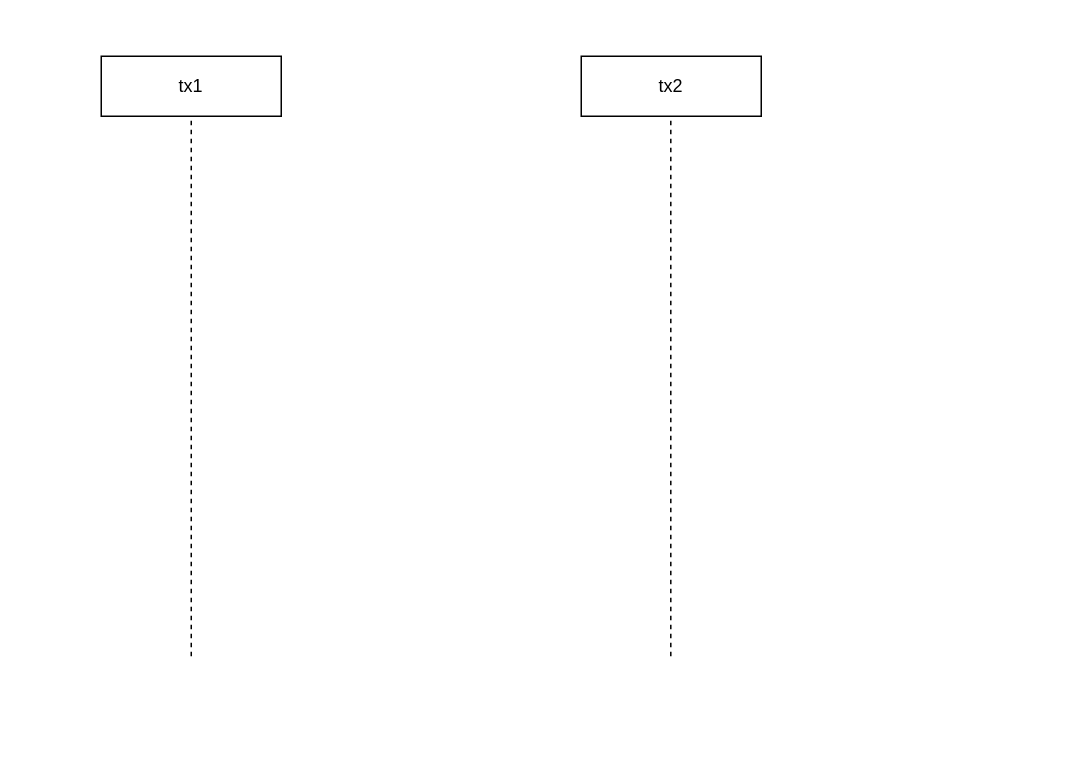
Earlier version of the draw.io diagram page "第 1 页" (1 of 2) of 分布式事务.drawio (EngineKing/draw). Source tidied: cells renumbered, new cells numbered last; positions are measured from the earlier drawing's top-left corner, leaving out a move shared by most shapes. Both pictures are drawn from the tidied source at 150%, with x=0, y=0 at pixel (100, 56).
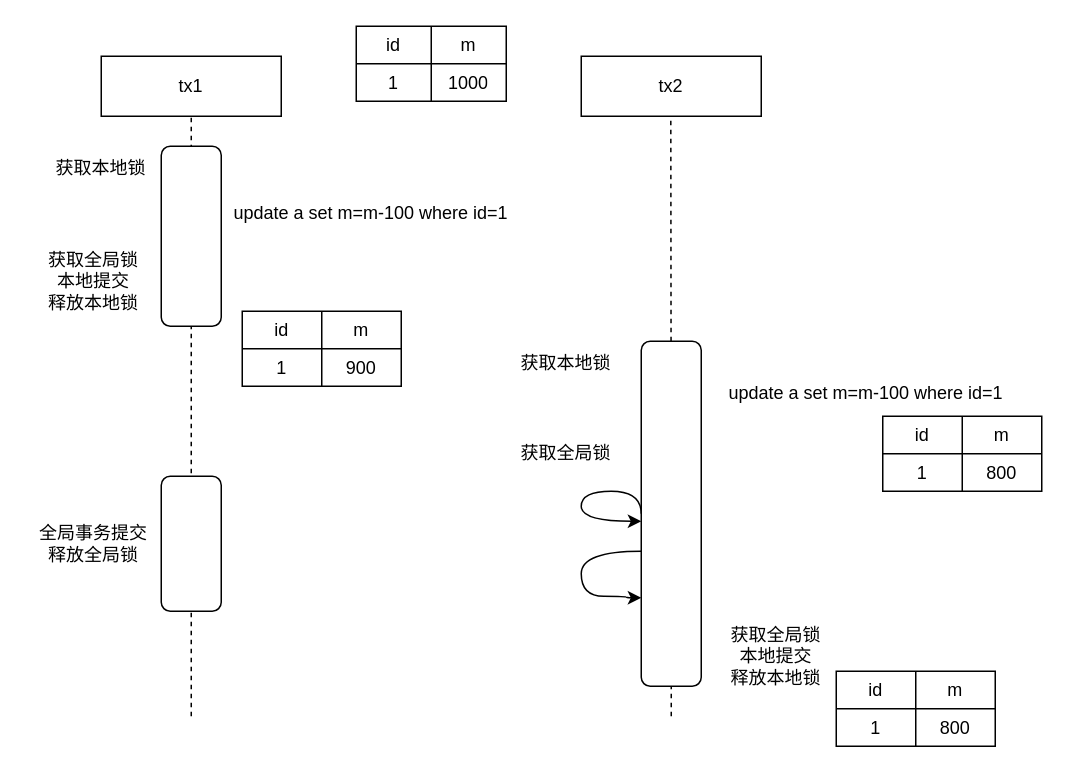
The same diagram, later.

Commit message (it also covers changes not shown here):
更新分布式事务.drawio

Diff of the diagram source:
```diff
@@
     <mxCell id="4" style="endArrow=none;dashed=1;html=1;rounded=0;" parent="1" edge="1">
       <mxGeometry relative="1" as="geometry">
-        <mxPoint x="60" y="400" as="sourcePoint" />
+        <mxPoint x="60" y="440" as="sourcePoint" />
         <mxPoint x="60" y="40" as="targetPoint" />
       </mxGeometry>
     </mxCell>
-    <mxCell id="5" style="endArrow=none;dashed=1;html=1;rounded=0;" parent="1" edge="1">
+    <mxCell id="5" style="endArrow=none;dashed=1;html=1;rounded=0;" parent="1" edge="1" source="18">
       <mxGeometry relative="1" as="geometry">
-        <mxPoint x="379.7" y="400" as="sourcePoint" />
         <mxPoint x="379.7" y="40" as="targetPoint" />
       </mxGeometry>
     </mxCell>
+    <mxCell id="6" style="shape=table;startSize=0;childLayout=tableLayout;" parent="1" vertex="1">
+      <mxGeometry x="170" y="-20" width="100" height="50" as="geometry" />
+    </mxCell>
+    <mxCell id="7" style="shape=tableRow;horizontal=0;startSize=0;swimlaneHead=0;swimlaneBody=0;strokeColor=inherit;top=0;left=0;bottom=0;right=0;fillColor=none;" parent="6" vertex="1">
+      <mxGeometry width="100" height="25" as="geometry" />
+    </mxCell>
+    <mxCell id="8" value="id" style="shape=partialRectangle;html=1;whiteSpace=wrap;strokeColor=inherit;overflow=hidden;fillColor=none;top=0;left=0;bottom=0;right=0;" parent="7" vertex="1">
+      <mxGeometry width="50" height="25" as="geometry" />
+    </mxCell>
+    <mxCell id="9" value="m" style="shape=partialRectangle;html=1;whiteSpace=wrap;strokeColor=inherit;overflow=hidden;fillColor=none;top=0;left=0;bottom=0;right=0;" parent="7" vertex="1">
+      <mxGeometry x="50" width="50" height="25" as="geometry" />
+    </mxCell>
+    <mxCell id="10" style="shape=tableRow;horizontal=0;startSize=0;swimlaneHead=0;swimlaneBody=0;strokeColor=inherit;top=0;left=0;bottom=0;right=0;fillColor=none;" parent="6" vertex="1">
+      <mxGeometry y="25" width="100" height="25" as="geometry" />
+    </mxCell>
+    <mxCell id="11" value="1" style="shape=partialRectangle;html=1;whiteSpace=wrap;strokeColor=inherit;overflow=hidden;fillColor=none;top=0;left=0;bottom=0;right=0;" parent="10" vertex="1">
+      <mxGeometry width="50" height="25" as="geometry" />
+    </mxCell>
+    <mxCell id="12" value="1000" style="shape=partialRectangle;html=1;whiteSpace=wrap;strokeColor=inherit;overflow=hidden;fillColor=none;top=0;left=0;bottom=0;right=0;" parent="10" vertex="1">
+      <mxGeometry x="50" width="50" height="25" as="geometry" />
+    </mxCell>
+    <mxCell id="13" value="获取本地锁" style="text;html=1;align=center;verticalAlign=middle;whiteSpace=wrap;rounded=0;" parent="1" vertex="1">
+      <mxGeometry x="-40" y="60" width="80" height="30" as="geometry" />
+    </mxCell>
+    <mxCell id="14" style="rounded=1;whiteSpace=wrap;html=1;" parent="1" vertex="1">
+      <mxGeometry x="40" y="60" width="40" height="120" as="geometry" />
+    </mxCell>
+    <mxCell id="15" value="update a set m=m-100 where id=1" style="text;html=1;align=center;verticalAlign=middle;whiteSpace=wrap;rounded=0;" parent="1" vertex="1">
+      <mxGeometry x="80" y="90" width="200" height="30" as="geometry" />
+    </mxCell>
+    <mxCell id="16" value="获取全局锁&lt;div&gt;本地提交&lt;/div&gt;&lt;div&gt;释放本地锁&lt;/div&gt;" style="text;html=1;align=center;verticalAlign=middle;whiteSpace=wrap;rounded=0;" parent="1" vertex="1">
+      <mxGeometry x="-50" y="120" width="90" height="60" as="geometry" />
+    </mxCell>
+    <mxCell id="17" style="endArrow=none;dashed=1;html=1;rounded=0;" parent="1" edge="1" target="18">
+      <mxGeometry relative="1" as="geometry">
+        <mxPoint x="380" y="440" as="sourcePoint" />
+      </mxGeometry>
+    </mxCell>
+    <mxCell id="18" style="rounded=1;whiteSpace=wrap;html=1;" parent="1" vertex="1">
+      <mxGeometry x="360" y="190" width="40" height="230" as="geometry" />
+    </mxCell>
+    <mxCell id="19" value="获取本地锁" style="text;html=1;align=center;verticalAlign=middle;whiteSpace=wrap;rounded=0;" parent="1" vertex="1">
+      <mxGeometry x="270" y="190" width="80" height="30" as="geometry" />
+    </mxCell>
+    <mxCell id="20" value="update a set m=m-100 where id=1" style="text;html=1;align=center;verticalAlign=middle;whiteSpace=wrap;rounded=0;" parent="1" vertex="1">
+      <mxGeometry x="410" y="210" width="200" height="30" as="geometry" />
+    </mxCell>
+    <mxCell id="21" style="shape=table;startSize=0;childLayout=tableLayout;" parent="1" vertex="1">
+      <mxGeometry x="94" y="170" width="106" height="50" as="geometry" />
+    </mxCell>
+    <mxCell id="22" style="shape=tableRow;horizontal=0;startSize=0;swimlaneHead=0;swimlaneBody=0;strokeColor=inherit;top=0;left=0;bottom=0;right=0;fillColor=none;" parent="21" vertex="1">
+      <mxGeometry width="106" height="25" as="geometry" />
+    </mxCell>
+    <mxCell id="23" value="id" style="shape=partialRectangle;html=1;whiteSpace=wrap;strokeColor=inherit;overflow=hidden;fillColor=none;top=0;left=0;bottom=0;right=0;" parent="22" vertex="1">
+      <mxGeometry width="53" height="25" as="geometry" />
+    </mxCell>
+    <mxCell id="24" value="m" style="shape=partialRectangle;html=1;whiteSpace=wrap;strokeColor=inherit;overflow=hidden;fillColor=none;top=0;left=0;bottom=0;right=0;" parent="22" vertex="1">
+      <mxGeometry x="53" width="53" height="25" as="geometry" />
+    </mxCell>
+    <mxCell id="25" style="shape=tableRow;horizontal=0;startSize=0;swimlaneHead=0;swimlaneBody=0;strokeColor=inherit;top=0;left=0;bottom=0;right=0;fillColor=none;" parent="21" vertex="1">
+      <mxGeometry y="25" width="106" height="25" as="geometry" />
+    </mxCell>
+    <mxCell id="26" value="1" style="shape=partialRectangle;html=1;whiteSpace=wrap;strokeColor=inherit;overflow=hidden;fillColor=none;top=0;left=0;bottom=0;right=0;" parent="25" vertex="1">
+      <mxGeometry width="53" height="25" as="geometry" />
+    </mxCell>
+    <mxCell id="27" value="900" style="shape=partialRectangle;html=1;whiteSpace=wrap;strokeColor=inherit;overflow=hidden;fillColor=none;top=0;left=0;bottom=0;right=0;" parent="25" vertex="1">
+      <mxGeometry x="53" width="53" height="25" as="geometry" />
+    </mxCell>
+    <mxCell id="28" style="shape=table;startSize=0;childLayout=tableLayout;" parent="1" vertex="1">
+      <mxGeometry x="521" y="240" width="106" height="50" as="geometry" />
+    </mxCell>
+    <mxCell id="29" style="shape=tableRow;horizontal=0;startSize=0;swimlaneHead=0;swimlaneBody=0;strokeColor=inherit;top=0;left=0;bottom=0;right=0;fillColor=none;" parent="28" vertex="1">
+      <mxGeometry width="106" height="25" as="geometry" />
+    </mxCell>
+    <mxCell id="30" value="id" style="shape=partialRectangle;html=1;whiteSpace=wrap;strokeColor=inherit;overflow=hidden;fillColor=none;top=0;left=0;bottom=0;right=0;" parent="29" vertex="1">
+      <mxGeometry width="53" height="25" as="geometry" />
+    </mxCell>
+    <mxCell id="31" value="m" style="shape=partialRectangle;html=1;whiteSpace=wrap;strokeColor=inherit;overflow=hidden;fillColor=none;top=0;left=0;bottom=0;right=0;" parent="29" vertex="1">
+      <mxGeometry x="53" width="53" height="25" as="geometry" />
+    </mxCell>
+    <mxCell id="32" style="shape=tableRow;horizontal=0;startSize=0;swimlaneHead=0;swimlaneBody=0;strokeColor=inherit;top=0;left=0;bottom=0;right=0;fillColor=none;" parent="28" vertex="1">
+      <mxGeometry y="25" width="106" height="25" as="geometry" />
+    </mxCell>
+    <mxCell id="33" value="1" style="shape=partialRectangle;html=1;whiteSpace=wrap;strokeColor=inherit;overflow=hidden;fillColor=none;top=0;left=0;bottom=0;right=0;" parent="32" vertex="1">
+      <mxGeometry width="53" height="25" as="geometry" />
+    </mxCell>
+    <mxCell id="34" value="800" style="shape=partialRectangle;html=1;whiteSpace=wrap;strokeColor=inherit;overflow=hidden;fillColor=none;top=0;left=0;bottom=0;right=0;" parent="32" vertex="1">
+      <mxGeometry x="53" width="53" height="25" as="geometry" />
+    </mxCell>
+    <mxCell id="35" style="rounded=1;whiteSpace=wrap;html=1;" parent="1" vertex="1">
+      <mxGeometry x="40" y="280" width="40" height="90" as="geometry" />
+    </mxCell>
+    <mxCell id="36" value="获取全局锁" style="text;html=1;align=center;verticalAlign=middle;whiteSpace=wrap;rounded=0;" parent="1" vertex="1">
+      <mxGeometry x="270" y="250" width="80" height="30" as="geometry" />
+    </mxCell>
+    <mxCell id="37" value="全局事务提交&lt;br&gt;释放全局锁" style="text;html=1;align=center;verticalAlign=middle;whiteSpace=wrap;rounded=0;" parent="1" vertex="1">
+      <mxGeometry x="-45" y="310" width="80" height="30" as="geometry" />
+    </mxCell>
+    <mxCell id="38" style="edgeStyle=orthogonalEdgeStyle;rounded=0;orthogonalLoop=1;jettySize=auto;html=1;exitX=0;exitY=0.5;exitDx=0;exitDy=0;curved=1;" parent="1" edge="1" source="18" target="18">
+      <mxGeometry relative="1" as="geometry">
+        <Array as="points">
+          <mxPoint x="320" y="290" />
+          <mxPoint x="320" y="310" />
+        </Array>
+      </mxGeometry>
+    </mxCell>
+    <mxCell id="39" style="edgeStyle=orthogonalEdgeStyle;rounded=0;orthogonalLoop=1;jettySize=auto;html=1;exitX=0;exitY=0.5;exitDx=0;exitDy=0;entryX=0.007;entryY=0.672;entryDx=0;entryDy=0;curved=1;entryPerimeter=0;" parent="1" edge="1">
+      <mxGeometry relative="1" as="geometry">
+        <mxPoint x="360" y="330" as="sourcePoint" />
+        <mxPoint x="360" y="361" as="targetPoint" />
+        <Array as="points">
+          <mxPoint x="320" y="330" />
+          <mxPoint x="320" y="360" />
+          <mxPoint x="350" y="360" />
+        </Array>
+      </mxGeometry>
+    </mxCell>
+    <mxCell id="40" value="获取全局锁&lt;div&gt;本地提交&lt;/div&gt;&lt;div&gt;释放本地锁&lt;/div&gt;" style="text;html=1;align=center;verticalAlign=middle;whiteSpace=wrap;rounded=0;" parent="1" vertex="1">
+      <mxGeometry x="410" y="385" width="80" height="30" as="geometry" />
+    </mxCell>
+    <mxCell id="41" style="shape=table;startSize=0;childLayout=tableLayout;" parent="1" vertex="1">
+      <mxGeometry x="490" y="410" width="106" height="50" as="geometry" />
+    </mxCell>
+    <mxCell id="42" style="shape=tableRow;horizontal=0;startSize=0;swimlaneHead=0;swimlaneBody=0;strokeColor=inherit;top=0;left=0;bottom=0;right=0;fillColor=none;" parent="41" vertex="1">
+      <mxGeometry width="106" height="25" as="geometry" />
+    </mxCell>
+    <mxCell id="43" value="id" style="shape=partialRectangle;html=1;whiteSpace=wrap;strokeColor=inherit;overflow=hidden;fillColor=none;top=0;left=0;bottom=0;right=0;" parent="42" vertex="1">
+      <mxGeometry width="53" height="25" as="geometry" />
+    </mxCell>
+    <mxCell id="44" value="m" style="shape=partialRectangle;html=1;whiteSpace=wrap;strokeColor=inherit;overflow=hidden;fillColor=none;top=0;left=0;bottom=0;right=0;" parent="42" vertex="1">
+      <mxGeometry x="53" width="53" height="25" as="geometry" />
+    </mxCell>
+    <mxCell id="45" style="shape=tableRow;horizontal=0;startSize=0;swimlaneHead=0;swimlaneBody=0;strokeColor=inherit;top=0;left=0;bottom=0;right=0;fillColor=none;" parent="41" vertex="1">
+      <mxGeometry y="25" width="106" height="25" as="geometry" />
+    </mxCell>
+    <mxCell id="46" value="1" style="shape=partialRectangle;html=1;whiteSpace=wrap;strokeColor=inherit;overflow=hidden;fillColor=none;top=0;left=0;bottom=0;right=0;" parent="45" vertex="1">
+      <mxGeometry width="53" height="25" as="geometry" />
+    </mxCell>
+    <mxCell id="47" value="800" style="shape=partialRectangle;html=1;whiteSpace=wrap;strokeColor=inherit;overflow=hidden;fillColor=none;top=0;left=0;bottom=0;right=0;" parent="45" vertex="1">
+      <mxGeometry x="53" width="53" height="25" as="geometry" />
+    </mxCell>
```
